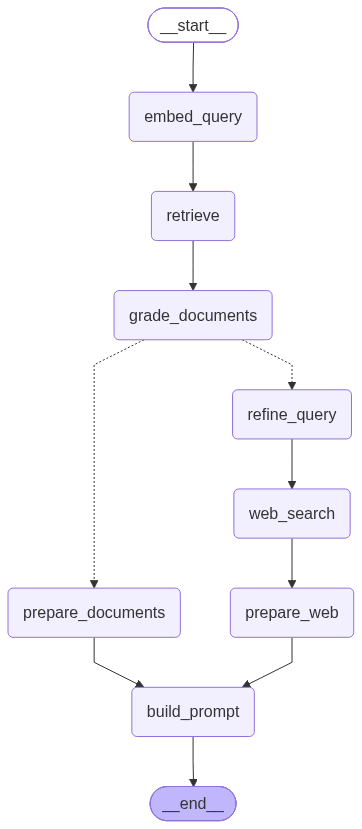
Before: diagrams/chat_crag_graph.png, a diagram exported from Mermaid (dhyey2075/droply-rag). Its source is kept beside it as diagrams/chat_crag_graph.mmd.
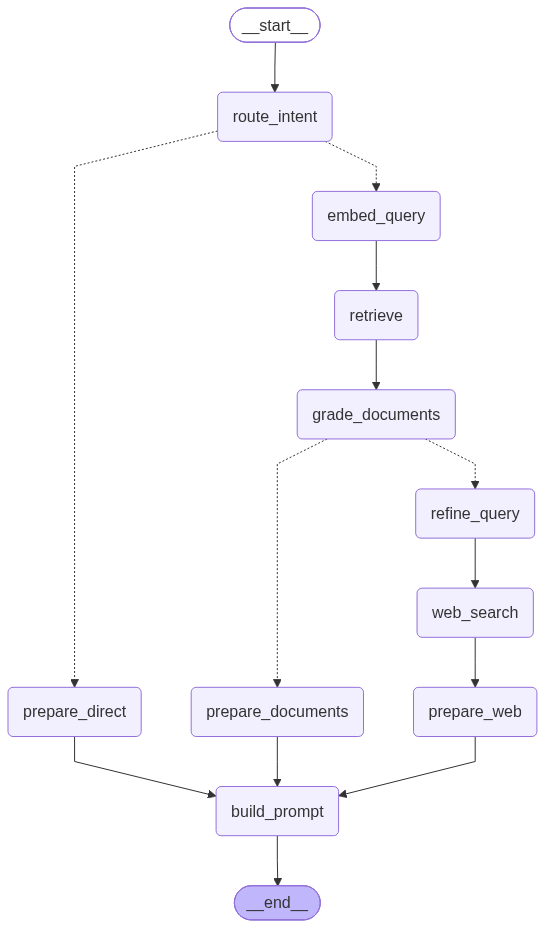
Later version of the same file.

Commit message:
refine the CRAG pipeline

Diff of the diagram source:
```diff
@@ -5,6 +5,8 @@
 ---
 graph TD;
 	__start__([<p>__start__</p>]):::first
+	route_intent(route_intent)
+	prepare_direct(prepare_direct)
 	embed_query(embed_query)
 	retrieve(retrieve)
 	grade_documents(grade_documents)
@@ -14,14 +16,17 @@
 	prepare_web(prepare_web)
 	build_prompt(build_prompt)
 	__end__([<p>__end__</p>]):::last
-	__start__ --> embed_query;
+	__start__ --> route_intent;
 	embed_query --> retrieve;
 	grade_documents -.-> prepare_documents;
 	grade_documents -.-> refine_query;
+	prepare_direct --> build_prompt;
 	prepare_documents --> build_prompt;
 	prepare_web --> build_prompt;
 	refine_query --> web_search;
 	retrieve --> grade_documents;
+	route_intent -.-> embed_query;
+	route_intent -.-> prepare_direct;
 	web_search --> prepare_web;
 	build_prompt --> __end__;
 	classDef default fill:#f2f0ff,line-height:1.2
```
